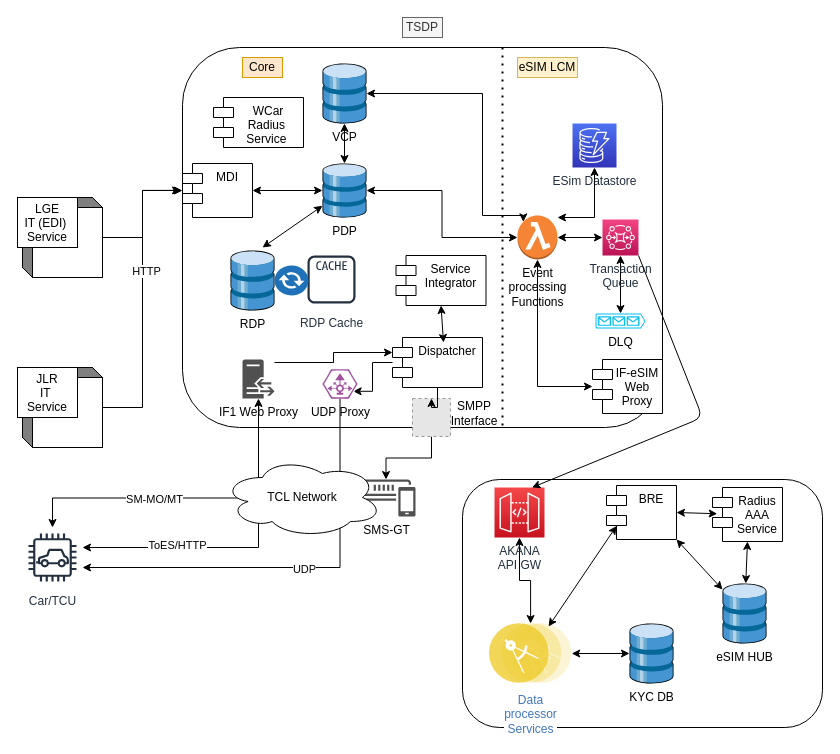
Before: page "Overall eSIM System Interactions" (1 of 3) of src/main/resources/VDC_eSIM_dataflow_WC_TCL.drawio in subhachat/CodeKata, a draw.io diagram. Source tidied: cells renumbered, new cells numbered last; positions are measured from the earlier drawing's top-left corner, leaving out a move shared by most shapes. Both pictures are drawn from the tidied source at 100%, with x=0, y=0 at pixel (22, 17). Pictures stored in the file or linked from it are replaced by grey dashed boxes.
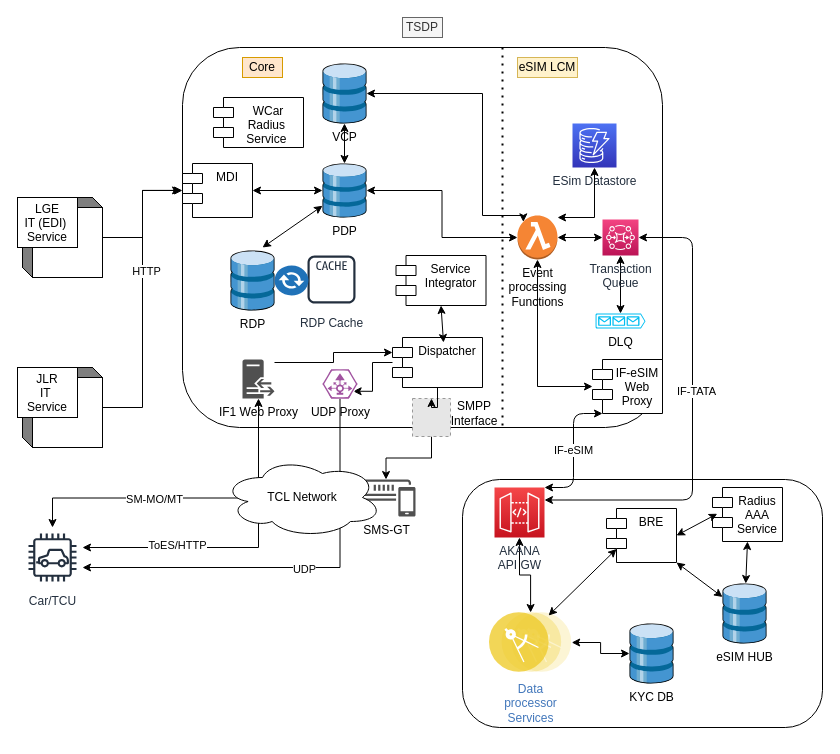
The same diagram, later.

Unchanged cells that the change refers to:
```xml
<mxCell id="47" value="Transaction &lt;br&gt;Queue" style="points=[[0,0,0],[0.25,0,0],[0.5,0,0],[0.75,0,0],[1,0,0],[0,1,0],[0.25,1,0],[0.5,1,0],[0.75,1,0],[1,1,0],[0,0.25,0],[0,0.5,0],[0,0.75,0],[1,0.25,0],[1,0.5,0],[1,0.75,0]];outlineConnect=0;fontColor=#232F3E;gradientColor=#F34482;gradientDirection=north;fillColor=#BC1356;strokeColor=#ffffff;dashed=0;verticalLabelPosition=bottom;verticalAlign=top;align=center;html=1;fontSize=12;fontStyle=0;shape=mxgraph.aws4.resourceIcon;resIcon=mxgraph.aws4.mq;" parent="1" vertex="1">
  <mxGeometry x="580" y="202" width="36" height="36" as="geometry" />
</mxCell>
<mxCell id="49" value="IF-eSIM &#10;Web &#10;Proxy" style="shape=module;align=left;spacingLeft=20;align=center;verticalAlign=top;" parent="1" vertex="1">
  <mxGeometry x="570" y="342" width="70" height="54" as="geometry" />
</mxCell>
<mxCell id="55" value="AKANA &lt;br&gt;API GW" style="points=[[0,0,0],[0.25,0,0],[0.5,0,0],[0.75,0,0],[1,0,0],[0,1,0],[0.25,1,0],[0.5,1,0],[0.75,1,0],[1,1,0],[0,0.25,0],[0,0.5,0],[0,0.75,0],[1,0.25,0],[1,0.5,0],[1,0.75,0]];outlineConnect=0;fontColor=#232F3E;gradientColor=#F54749;gradientDirection=north;fillColor=#C7131F;strokeColor=#ffffff;dashed=0;verticalLabelPosition=bottom;verticalAlign=top;align=center;html=1;fontSize=12;fontStyle=0;shape=mxgraph.aws4.resourceIcon;resIcon=mxgraph.aws4.api_gateway;" parent="1" vertex="1">
  <mxGeometry x="472" y="470" width="50" height="50" as="geometry" />
</mxCell>
```

Change to the diagram source:
```diff
@@
     <mxCell id="56" value="BRE" style="shape=module;align=left;spacingLeft=20;align=center;verticalAlign=top;" parent="1" vertex="1">
-      <mxGeometry x="584" y="468" width="70" height="54" as="geometry" />
+      <mxGeometry x="584" y="491" width="70" height="54" as="geometry" />
     </mxCell>
@@
     <mxCell id="59" value="Data &lt;br&gt;processor &lt;br&gt;Services" style="perimeter=ellipsePerimeter;html=1;align=center;shadow=0;dashed=0;fontColor=#4277BB;labelBackgroundColor=#ffffff;fontSize=12;spacingTop=3;image;image=img/lib/ibm/applications/microservice.svg;" parent="1" vertex="1">
-      <mxGeometry x="467" y="606" width="82.2" height="60" as="geometry" />
+      <mxGeometry x="467" y="595" width="82.2" height="60" as="geometry" />
     </mxCell>
@@
-    <mxCell id="61" style="endArrow=classic;html=1;exitX=1;exitY=1;exitDx=0;exitDy=0;exitPerimeter=0;entryX=0.75;entryY=0;entryDx=0;entryDy=0;entryPerimeter=0;" parent="1" edge="1" source="47" target="55">
-      <mxGeometry relative="1" as="geometry">
-        <Array as="points">
-          <mxPoint x="680" y="400" />
-        </Array>
-      </mxGeometry>
-    </mxCell>
@@
+    <mxCell id="61" style="edgeStyle=elbowEdgeStyle;elbow=horizontal;endArrow=classic;html=1;exitX=1;exitY=0.5;exitDx=0;exitDy=0;exitPerimeter=0;entryX=1;entryY=0.25;entryDx=0;entryDy=0;entryPerimeter=0;startArrow=classic;startFill=1;" parent="1" edge="1" source="47" target="55">
+      <mxGeometry relative="1" as="geometry">
+        <Array as="points">
+          <mxPoint x="670" y="350" />
+          <mxPoint x="670" y="360" />
+        </Array>
+      </mxGeometry>
+    </mxCell>
+    <mxCell id="69" value="IF-TATA" style="edgeLabel;html=1;align=center;verticalAlign=middle;" parent="61" vertex="1">
+      <mxGeometry x="-0.11" y="3" relative="1" as="geometry" />
+    </mxCell>
+    <mxCell id="70" value="IF-eSIM" style="edgeStyle=elbowEdgeStyle;elbow=horizontal;endArrow=classic;html=1;entryX=0;entryY=1;entryDx=10;entryDy=0;entryPerimeter=0;exitX=1;exitY=0;exitDx=0;exitDy=0;exitPerimeter=0;startArrow=classic;startFill=1;" parent="1" edge="1" source="55" target="49">
+      <mxGeometry relative="1" as="geometry" />
+    </mxCell>
```
